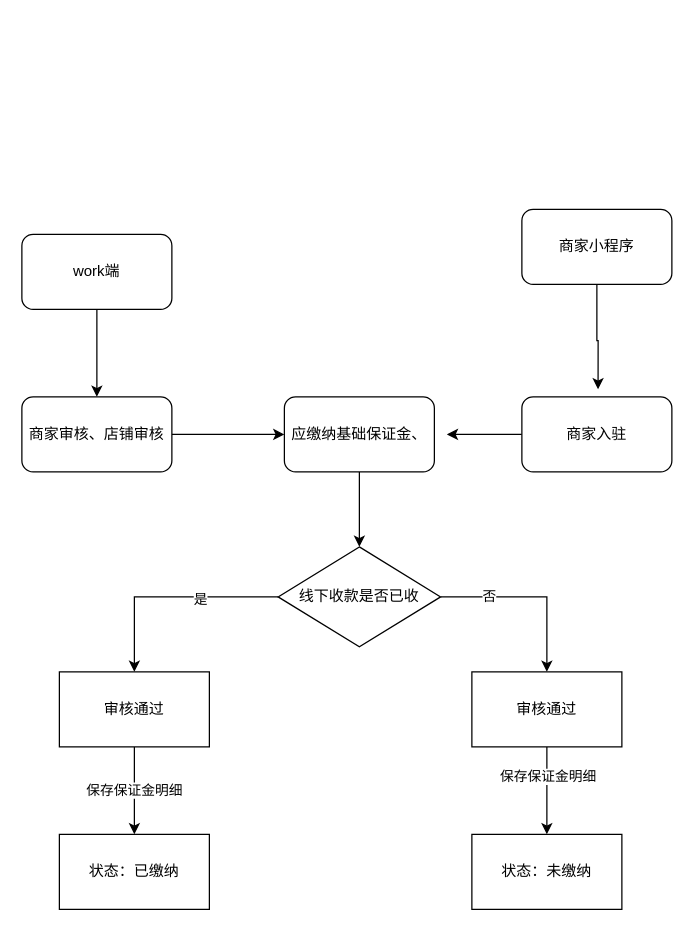
Earlier version of the draw.io diagram 婚奢汇业务流程图/商家保证金.drawio (YYB1024/myRemoteRepo). Source tidied: cells renumbered, new cells numbered last; positions are measured from the earlier drawing's top-left corner, leaving out a move shared by most shapes. Both pictures are drawn from the tidied source at 125%, with x=0, y=0 at pixel (21, 209).
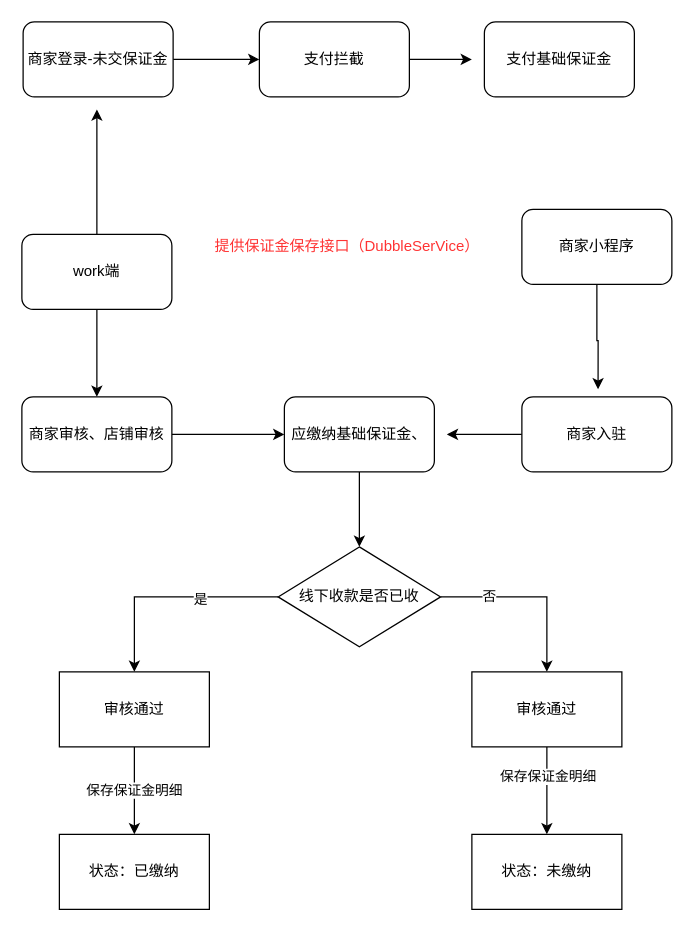
The same page after the edit.

Commit message (it also covers changes not shown here):
更新商家保证金.drawio

Unchanged cells that the change refers to:
```xml
<mxCell id="19" value="work端" style="rounded=1;whiteSpace=wrap;html=1;" parent="1" vertex="1">
  <mxGeometry y="20" width="120" height="60" as="geometry" />
</mxCell>
```

Diff of the diagram source:
```diff
@@
+    <mxCell id="24" style="edgeStyle=orthogonalEdgeStyle;rounded=0;jettySize=auto;html=1;" parent="1" edge="1" source="19">
+      <mxGeometry relative="1" as="geometry">
+        <mxPoint x="60" y="-80" as="targetPoint" />
+      </mxGeometry>
+    </mxCell>
@@
+    <mxCell id="25" value="&lt;font color=&quot;#ff3333&quot;&gt;提供保证金保存接口（DubbleSerVice）&lt;/font&gt;" style="text;html=1;align=center;verticalAlign=middle;strokeColor=none;fillColor=none;" parent="1" vertex="1">
+      <mxGeometry x="140" y="15" width="240" height="30" as="geometry" />
+    </mxCell>
+    <mxCell id="26" style="edgeStyle=orthogonalEdgeStyle;rounded=0;jettySize=auto;html=1;" parent="1" edge="1" source="27">
+      <mxGeometry relative="1" as="geometry">
+        <mxPoint x="190" y="-120" as="targetPoint" />
+      </mxGeometry>
+    </mxCell>
+    <mxCell id="27" value="商家登录-未交保证金" style="rounded=1;whiteSpace=wrap;html=1;" parent="1" vertex="1">
+      <mxGeometry x="1" y="-150" width="120" height="60" as="geometry" />
+    </mxCell>
+    <mxCell id="28" style="edgeStyle=orthogonalEdgeStyle;rounded=0;jettySize=auto;html=1;" parent="1" edge="1" source="29">
+      <mxGeometry relative="1" as="geometry">
+        <mxPoint x="360" y="-120" as="targetPoint" />
+      </mxGeometry>
+    </mxCell>
+    <mxCell id="29" value="支付拦截" style="rounded=1;whiteSpace=wrap;html=1;" parent="1" vertex="1">
+      <mxGeometry x="190" y="-150" width="120" height="60" as="geometry" />
+    </mxCell>
+    <mxCell id="30" value="支付基础保证金" style="rounded=1;whiteSpace=wrap;html=1;" parent="1" vertex="1">
+      <mxGeometry x="370" y="-150" width="120" height="60" as="geometry" />
+    </mxCell>
```
